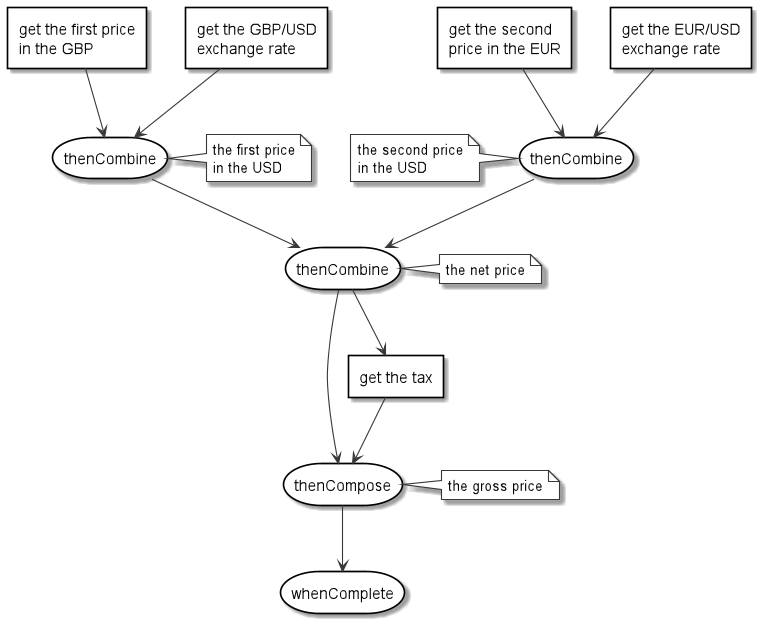
The PlantUML diagram images/CompletableFuture_API_example.png in ti-cortex-m4/demo-java-completablefuture, before a commit.
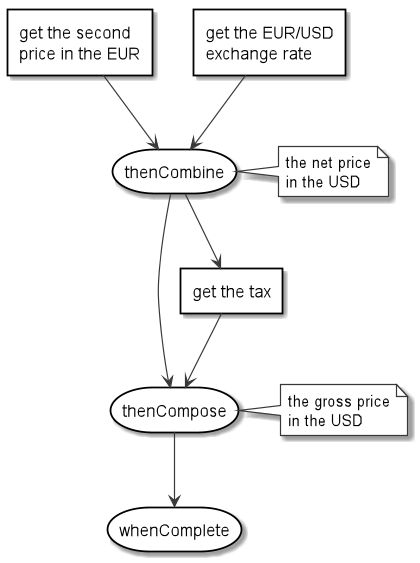
After the change.

What changed in the source:
```diff
@@ -8,32 +8,19 @@
 
 rectangle "get the second\nprice in the EUR" as step4
 rectangle "get the EUR/USD\nexchange rate" as step5
-storage  "thenCombine" as step6
-note left of step6: the second price\nin the USD
-
-rectangle "get the first price\nin the GBP" as step1
-rectangle "get the GBP/USD\nexchange rate" as step2
-storage  "thenCombine" as step3
-note right of step3: the first price\nin the USD
 
 storage  "thenCombine" as step7
-note right of step7: the net price
+note right of step7: the net price\nin the USD
 
 rectangle "get the tax" as step7b
 
 storage  "thenCompose" as step8
-note right of step8: the gross price
+note right of step8: the gross price\nin the USD
 
 storage  "whenComplete" as step9
 
-step1 --> step3
-step2 --> step3
-
-step4 --> step6
-step5 --> step6
-
-step3 --> step7
-step6 --> step7
+step4 --> step7
+step5 --> step7
 
 step7 --> step7b
 step7 --> step8
```
